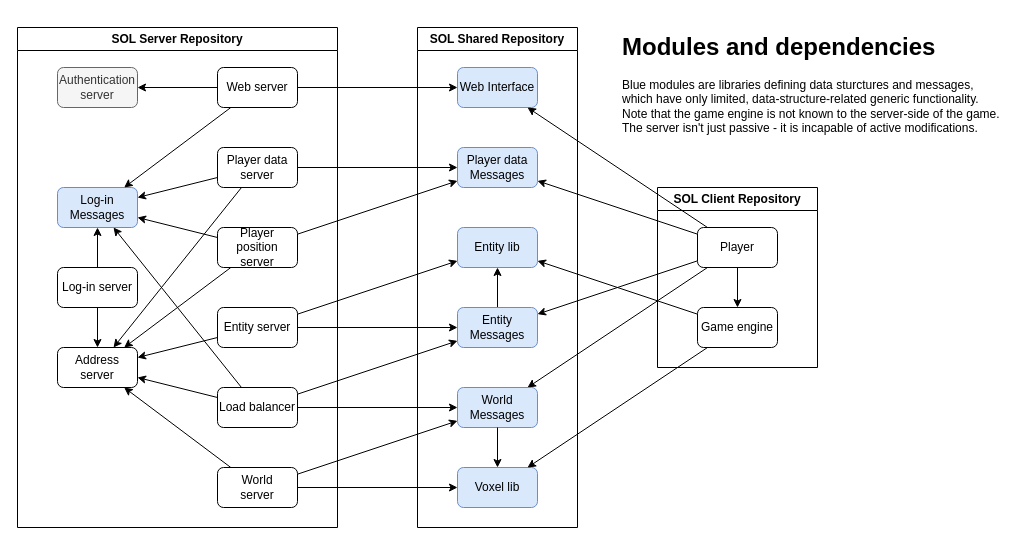
Before: page "Page-1" (1 of 2) of doc/SolModuleScheme.drawio in ieperen3039/SparksOfLabor, a draw.io diagram. Source tidied: cells renumbered, new cells numbered last; positions are measured from the earlier drawing's top-left corner, leaving out a move shared by most shapes. Both pictures are drawn from the tidied source at 100%, with x=0, y=0 at pixel (17, 27).
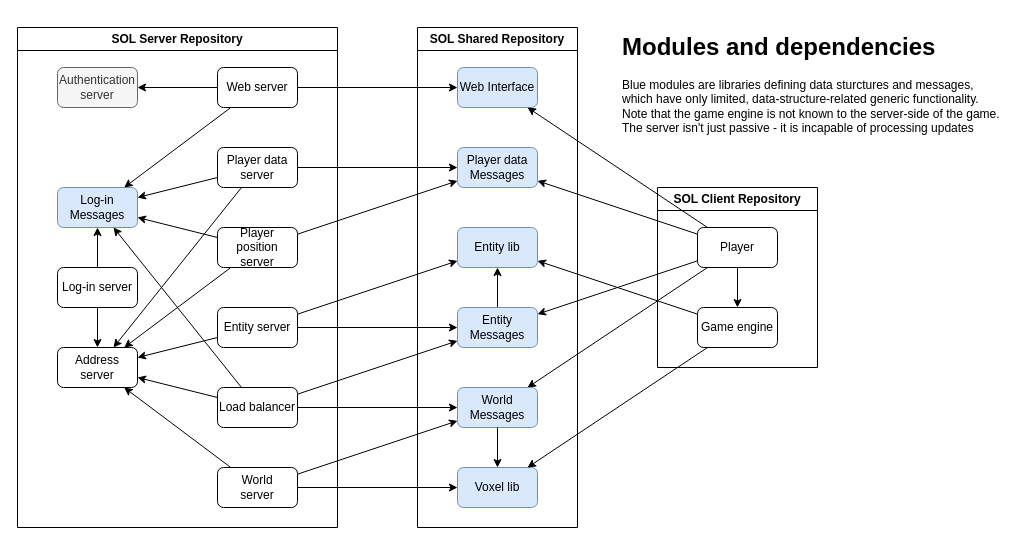
The same diagram, later.

Diff of the diagram source:
```diff
@@
-    <mxCell id="53" value="&lt;h1&gt;Modules and dependencies&lt;/h1&gt;&lt;div&gt;Blue modules are libraries defining data sturctures and messages, which have only limited, data-structure-related generic functionality.&lt;/div&gt;&lt;div&gt;Note that the game engine is not known to the server-side of the game.&lt;/div&gt;&lt;div&gt;The server isn't just passive - it is incapable of active modifications.&lt;/div&gt;" style="text;html=1;strokeColor=none;fillColor=none;spacing=5;spacingTop=-20;whiteSpace=wrap;overflow=hidden;rounded=0;" parent="1" vertex="1">
+    <mxCell id="53" value="&lt;h1&gt;Modules and dependencies&lt;/h1&gt;&lt;div&gt;Blue modules are libraries defining data sturctures and messages, which have only limited, data-structure-related generic functionality.&lt;/div&gt;&lt;div&gt;Note that the game engine is not known to the server-side of the game.&lt;/div&gt;&lt;div&gt;The server isn't just passive - it is incapable of processing updates&lt;/div&gt;" style="text;html=1;strokeColor=none;fillColor=none;spacing=5;spacingTop=-20;whiteSpace=wrap;overflow=hidden;rounded=0;" parent="1" vertex="1">
       <mxGeometry x="600" width="390" height="140" as="geometry" />
     </mxCell>
```
